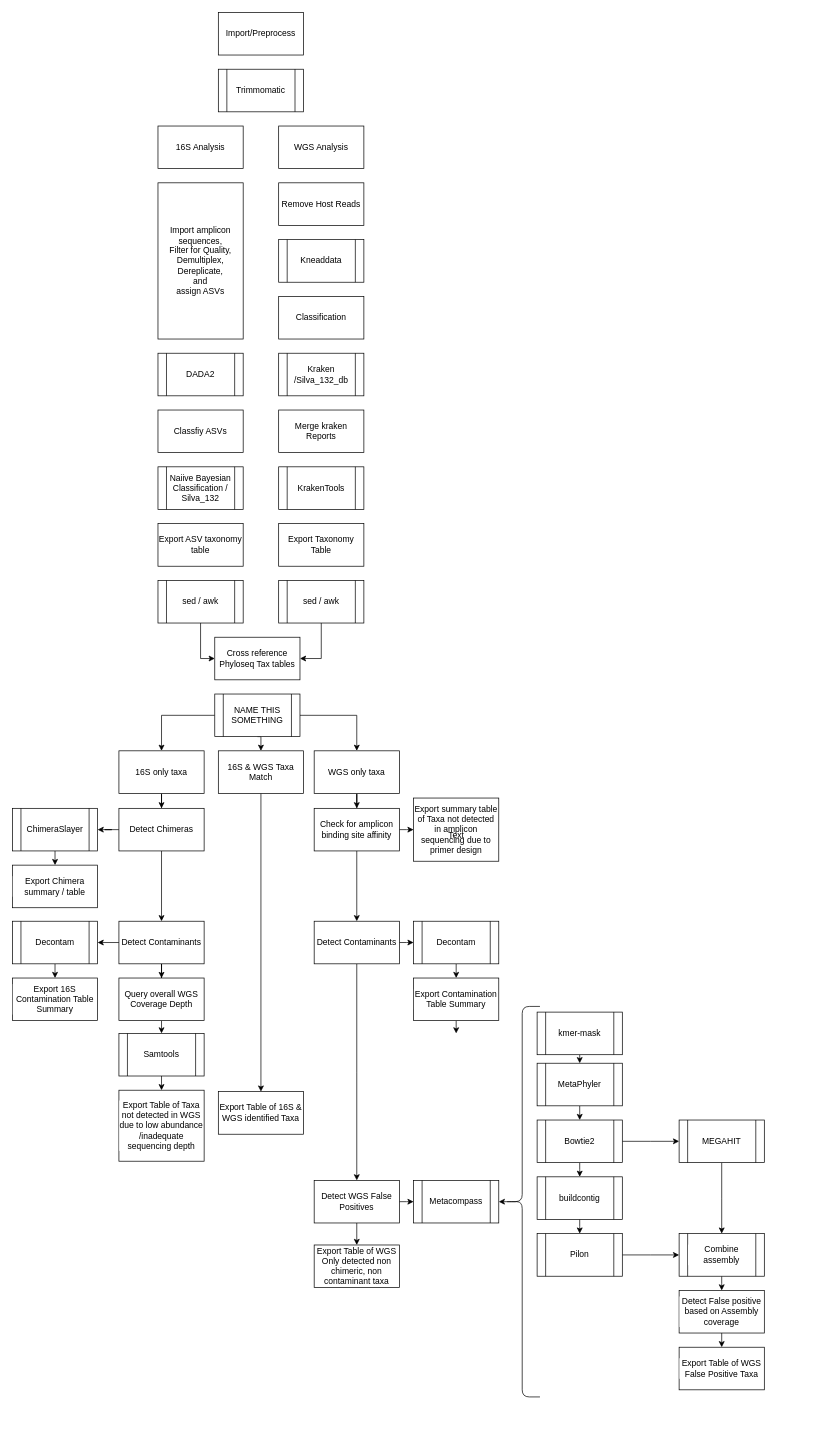
This is hybrid_microbiome_workflow.drawio from MADscientist314/hybrid_metagenomics, a draw.io file, before an edit. Source tidied: cells renumbered, new cells numbered last; positions are measured from the earlier drawing's top-left corner, leaving out a move shared by most shapes. Both pictures are drawn from the tidied source at 71%, with x=0, y=0 at pixel (12, 12).
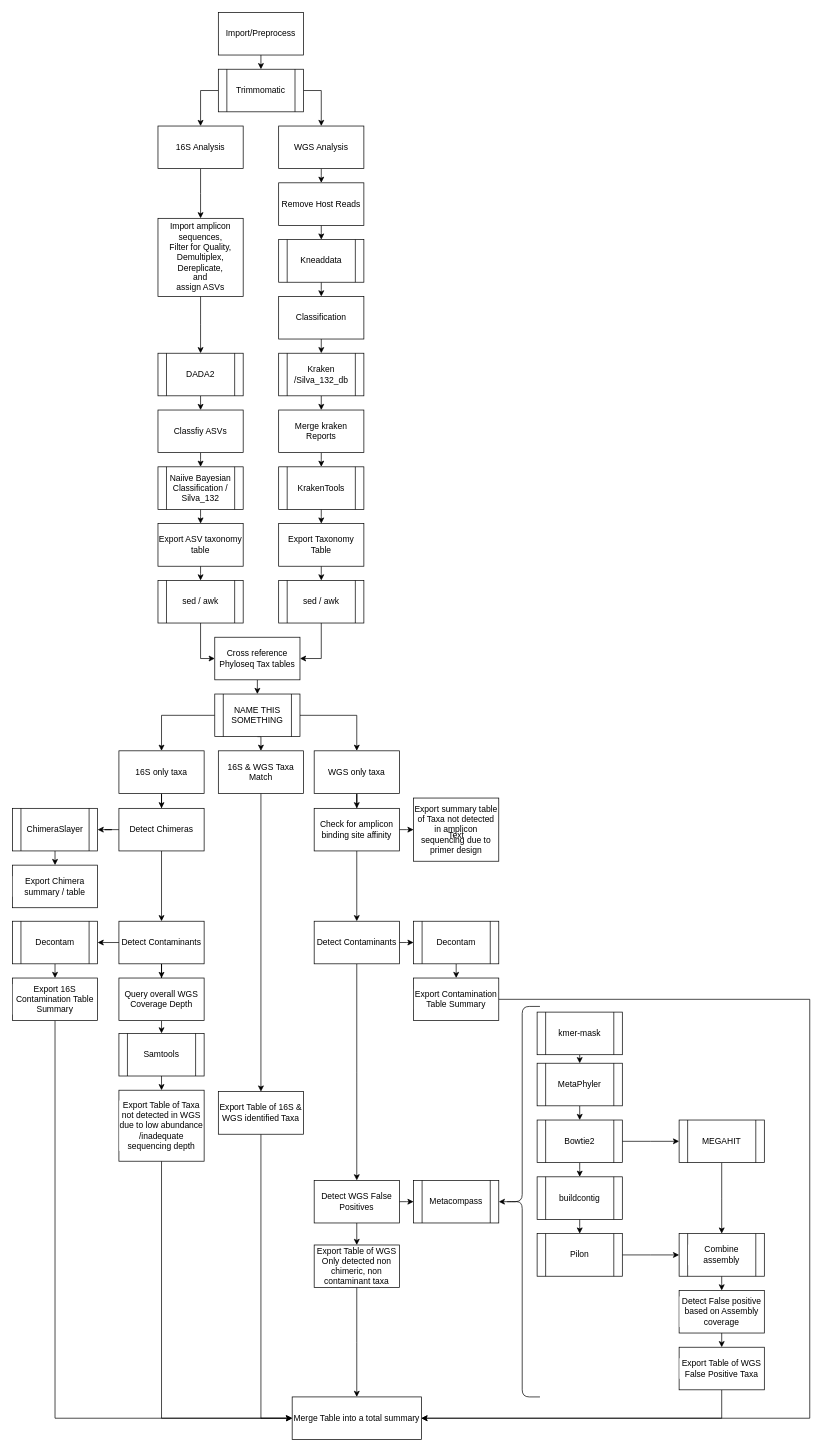
The same page after the edit.

The change refers to these unchanged cells:
```xml
<mxCell id="3" value="DADA2" style="shape=process;whiteSpace=wrap;html=1;backgroundOutline=1;" parent="1" vertex="1">
  <mxGeometry x="205" y="480" width="120" height="60" as="geometry" />
</mxCell>
<mxCell id="4" value="Classfiy ASVs" style="rounded=0;whiteSpace=wrap;html=1;" parent="1" vertex="1">
  <mxGeometry x="205" y="560" width="120" height="60" as="geometry" />
</mxCell>
<mxCell id="5" value="Naiive Bayesian Classification / Silva_132" style="shape=process;whiteSpace=wrap;html=1;backgroundOutline=1;" parent="1" vertex="1">
  <mxGeometry x="205" y="640" width="120" height="60" as="geometry" />
</mxCell>
<mxCell id="6" value="Export ASV taxonomy table" style="rounded=0;whiteSpace=wrap;html=1;" parent="1" vertex="1">
  <mxGeometry x="205" y="720" width="120" height="60" as="geometry" />
</mxCell>
<mxCell id="8" value="sed / awk" style="shape=process;whiteSpace=wrap;html=1;backgroundOutline=1;" parent="1" vertex="1">
  <mxGeometry x="205" y="800" width="120" height="60" as="geometry" />
</mxCell>
<mxCell id="9" value="16S Analysis" style="rounded=0;whiteSpace=wrap;html=1;" parent="1" vertex="1">
  <mxGeometry x="205" y="160" width="120" height="60" as="geometry" />
</mxCell>
<mxCell id="10" value="Import/Preprocess" style="rounded=0;whiteSpace=wrap;html=1;" parent="1" vertex="1">
  <mxGeometry x="290" width="120" height="60" as="geometry" />
</mxCell>
<mxCell id="11" value="Trimmomatic" style="shape=process;whiteSpace=wrap;html=1;backgroundOutline=1;" parent="1" vertex="1">
  <mxGeometry x="290" y="80" width="120" height="60" as="geometry" />
</mxCell>
<mxCell id="12" value="Remove Host Reads" style="rounded=0;whiteSpace=wrap;html=1;" parent="1" vertex="1">
  <mxGeometry x="375" y="240" width="120" height="60" as="geometry" />
</mxCell>
<mxCell id="13" value="Kneaddata" style="shape=process;whiteSpace=wrap;html=1;backgroundOutline=1;" parent="1" vertex="1">
  <mxGeometry x="375" y="320" width="120" height="60" as="geometry" />
</mxCell>
<mxCell id="14" value="Classification" style="rounded=0;whiteSpace=wrap;html=1;" parent="1" vertex="1">
  <mxGeometry x="375" y="400" width="120" height="60" as="geometry" />
</mxCell>
<mxCell id="15" value="Kraken /Silva_132_db" style="shape=process;whiteSpace=wrap;html=1;backgroundOutline=1;" parent="1" vertex="1">
  <mxGeometry x="375" y="480" width="120" height="60" as="geometry" />
</mxCell>
<mxCell id="16" value="Merge kraken Reports" style="rounded=0;whiteSpace=wrap;html=1;" parent="1" vertex="1">
  <mxGeometry x="375" y="560" width="120" height="60" as="geometry" />
</mxCell>
<mxCell id="17" value="KrakenTools" style="shape=process;whiteSpace=wrap;html=1;backgroundOutline=1;" parent="1" vertex="1">
  <mxGeometry x="375" y="640" width="120" height="60" as="geometry" />
</mxCell>
<mxCell id="18" value="WGS Analysis" style="rounded=0;whiteSpace=wrap;html=1;" parent="1" vertex="1">
  <mxGeometry x="375" y="160" width="120" height="60" as="geometry" />
</mxCell>
<mxCell id="19" value="Export Taxonomy Table" style="rounded=0;whiteSpace=wrap;html=1;" parent="1" vertex="1">
  <mxGeometry x="375" y="720" width="120" height="60" as="geometry" />
</mxCell>
<mxCell id="21" value="sed / awk" style="shape=process;whiteSpace=wrap;html=1;backgroundOutline=1;" parent="1" vertex="1">
  <mxGeometry x="375" y="800" width="120" height="60" as="geometry" />
</mxCell>
<mxCell id="22" value="Cross reference Phyloseq Tax tables" style="rounded=0;whiteSpace=wrap;html=1;" parent="1" vertex="1">
  <mxGeometry x="285" y="880" width="120" height="60" as="geometry" />
</mxCell>
<mxCell id="26" value="NAME THIS SOMETHING" style="shape=process;whiteSpace=wrap;html=1;backgroundOutline=1;" parent="1" vertex="1">
  <mxGeometry x="285" y="960" width="120" height="60" as="geometry" />
</mxCell>
<mxCell id="39" value="Export Table of 16S &amp;amp; WGS identified Taxa" style="rounded=0;whiteSpace=wrap;html=1;" parent="1" vertex="1">
  <mxGeometry x="290" y="1520" width="120" height="60" as="geometry" />
</mxCell>
<mxCell id="52" value="Export Table of WGS Only detected non chimeric, non contaminant taxa" style="rounded=0;whiteSpace=wrap;html=1;" parent="1" vertex="1">
  <mxGeometry x="425" y="1736" width="120" height="60" as="geometry" />
</mxCell>
<mxCell id="58" value="Export 16S Contamination Table Summary" style="rounded=0;whiteSpace=wrap;html=1;labelBackgroundColor=#ffffff;" parent="1" vertex="1">
  <mxGeometry y="1360" width="120" height="60" as="geometry" />
</mxCell>
<mxCell id="61" value="Export Table of Taxa not detected in WGS due to low abundance /inadequate sequencing depth" style="rounded=0;whiteSpace=wrap;html=1;labelBackgroundColor=#ffffff;" parent="1" vertex="1">
  <mxGeometry x="150" y="1518" width="120" height="100" as="geometry" />
</mxCell>
<mxCell id="65" value="Export Contamination Table Summary" style="rounded=0;whiteSpace=wrap;html=1;labelBackgroundColor=#ffffff;" parent="1" vertex="1">
  <mxGeometry x="565" y="1360" width="120" height="60" as="geometry" />
</mxCell>
<mxCell id="87" value="Export Table of WGS False Positive Taxa" style="rounded=0;whiteSpace=wrap;html=1;labelBackgroundColor=#ffffff;" parent="1" vertex="1">
  <mxGeometry x="939" y="1880" width="120" height="60" as="geometry" />
</mxCell>
```

The edit, as a diff of the source:
```diff
@@
+    <mxCell id="88" style="edgeStyle=elbowEdgeStyle;rounded=0;jettySize=auto;html=1;exitX=0.5;exitY=1;exitDx=0;exitDy=0;entryX=0.5;entryY=0;entryDx=0;entryDy=0;" parent="1" edge="1" source="2" target="3">
+      <mxGeometry relative="1" as="geometry" />
+    </mxCell>
     <mxCell id="2" value="Import amplicon sequences, &lt;br&gt;Filter for Quality, Demultiplex, Dereplicate, &lt;br&gt;and &lt;br&gt;assign ASVs" style="rounded=0;whiteSpace=wrap;html=1;" parent="1" vertex="1">
-      <mxGeometry x="205" y="240" width="120" height="220" as="geometry" />
+      <mxGeometry x="205" y="290" width="120" height="110" as="geometry" />
     </mxCell>
+    <mxCell id="89" style="edgeStyle=elbowEdgeStyle;rounded=0;jettySize=auto;html=1;exitX=0.5;exitY=1;exitDx=0;exitDy=0;" parent="1" edge="1" source="3" target="4">
+      <mxGeometry relative="1" as="geometry" />
+    </mxCell>
@@
+    <mxCell id="90" style="edgeStyle=elbowEdgeStyle;rounded=0;jettySize=auto;html=1;exitX=0.5;exitY=1;exitDx=0;exitDy=0;" parent="1" edge="1" source="4" target="5">
+      <mxGeometry relative="1" as="geometry" />
+    </mxCell>
@@
+    <mxCell id="91" style="edgeStyle=elbowEdgeStyle;rounded=0;jettySize=auto;html=1;exitX=0.5;exitY=1;exitDx=0;exitDy=0;entryX=0.5;entryY=0;entryDx=0;entryDy=0;" parent="1" edge="1" source="5" target="6">
+      <mxGeometry relative="1" as="geometry" />
+    </mxCell>
@@
+    <mxCell id="92" style="edgeStyle=elbowEdgeStyle;rounded=0;jettySize=auto;html=1;exitX=0.5;exitY=1;exitDx=0;exitDy=0;entryX=0.5;entryY=0;entryDx=0;entryDy=0;" parent="1" edge="1" source="6" target="8">
+      <mxGeometry relative="1" as="geometry" />
+    </mxCell>
@@
+    <mxCell id="93" style="edgeStyle=elbowEdgeStyle;rounded=0;jettySize=auto;html=1;exitX=0.5;exitY=1;exitDx=0;exitDy=0;entryX=0.5;entryY=0;entryDx=0;entryDy=0;" parent="1" edge="1" source="9" target="2">
+      <mxGeometry relative="1" as="geometry" />
+    </mxCell>
@@
+    <mxCell id="94" style="edgeStyle=elbowEdgeStyle;rounded=0;jettySize=auto;html=1;exitX=0.5;exitY=1;exitDx=0;exitDy=0;entryX=0.5;entryY=0;entryDx=0;entryDy=0;" parent="1" edge="1" source="10" target="11">
+      <mxGeometry relative="1" as="geometry" />
+    </mxCell>
@@
+    <mxCell id="95" style="edgeStyle=elbowEdgeStyle;rounded=0;jettySize=auto;html=1;exitX=0;exitY=0.5;exitDx=0;exitDy=0;entryX=0.5;entryY=0;entryDx=0;entryDy=0;" parent="1" edge="1" source="11" target="9">
+      <mxGeometry relative="1" as="geometry">
+        <Array as="points">
+          <mxPoint x="265" y="130" />
+        </Array>
+      </mxGeometry>
+    </mxCell>
+    <mxCell id="96" style="edgeStyle=elbowEdgeStyle;rounded=0;jettySize=auto;html=1;exitX=1;exitY=0.5;exitDx=0;exitDy=0;entryX=0.5;entryY=0;entryDx=0;entryDy=0;" parent="1" edge="1" source="11" target="18">
+      <mxGeometry relative="1" as="geometry">
+        <Array as="points">
+          <mxPoint x="435" y="140" />
+        </Array>
+      </mxGeometry>
+    </mxCell>
@@
+    <mxCell id="97" style="edgeStyle=elbowEdgeStyle;rounded=0;jettySize=auto;html=1;exitX=0.5;exitY=1;exitDx=0;exitDy=0;entryX=0.5;entryY=0;entryDx=0;entryDy=0;" parent="1" edge="1" source="12" target="13">
+      <mxGeometry relative="1" as="geometry" />
+    </mxCell>
@@
+    <mxCell id="98" style="edgeStyle=elbowEdgeStyle;rounded=0;jettySize=auto;html=1;exitX=0.5;exitY=1;exitDx=0;exitDy=0;" parent="1" edge="1" source="13" target="14">
+      <mxGeometry relative="1" as="geometry" />
+    </mxCell>
@@
+    <mxCell id="99" style="edgeStyle=elbowEdgeStyle;rounded=0;jettySize=auto;html=1;exitX=0.5;exitY=1;exitDx=0;exitDy=0;" parent="1" edge="1" source="14" target="15">
+      <mxGeometry relative="1" as="geometry" />
+    </mxCell>
@@
+    <mxCell id="100" style="edgeStyle=elbowEdgeStyle;rounded=0;jettySize=auto;html=1;exitX=0.5;exitY=1;exitDx=0;exitDy=0;" parent="1" edge="1" source="15" target="16">
+      <mxGeometry relative="1" as="geometry" />
+    </mxCell>
@@
+    <mxCell id="101" style="edgeStyle=elbowEdgeStyle;rounded=0;jettySize=auto;html=1;exitX=0.5;exitY=1;exitDx=0;exitDy=0;entryX=0.5;entryY=0;entryDx=0;entryDy=0;" parent="1" edge="1" source="16" target="17">
+      <mxGeometry relative="1" as="geometry" />
+    </mxCell>
@@
+    <mxCell id="102" style="edgeStyle=elbowEdgeStyle;rounded=0;jettySize=auto;html=1;exitX=0.5;exitY=1;exitDx=0;exitDy=0;entryX=0.5;entryY=0;entryDx=0;entryDy=0;" parent="1" edge="1" source="17" target="19">
+      <mxGeometry relative="1" as="geometry" />
+    </mxCell>
@@
+    <mxCell id="103" style="edgeStyle=elbowEdgeStyle;rounded=0;jettySize=auto;html=1;exitX=0.5;exitY=1;exitDx=0;exitDy=0;entryX=0.5;entryY=0;entryDx=0;entryDy=0;" parent="1" edge="1" source="18" target="12">
+      <mxGeometry relative="1" as="geometry" />
+    </mxCell>
@@
+    <mxCell id="104" style="edgeStyle=elbowEdgeStyle;rounded=0;jettySize=auto;html=1;exitX=0.5;exitY=1;exitDx=0;exitDy=0;entryX=0.5;entryY=0;entryDx=0;entryDy=0;" parent="1" edge="1" source="19" target="21">
+      <mxGeometry relative="1" as="geometry" />
+    </mxCell>
@@
+    <mxCell id="105" style="edgeStyle=elbowEdgeStyle;rounded=0;jettySize=auto;html=1;exitX=0.5;exitY=1;exitDx=0;exitDy=0;entryX=0.5;entryY=0;entryDx=0;entryDy=0;" parent="1" edge="1" source="22" target="26">
+      <mxGeometry relative="1" as="geometry" />
+    </mxCell>
@@
+    <mxCell id="106" style="edgeStyle=elbowEdgeStyle;rounded=0;jettySize=auto;html=1;exitX=0.5;exitY=1;exitDx=0;exitDy=0;entryX=0;entryY=0.5;entryDx=0;entryDy=0;" parent="1" edge="1" source="39" target="112">
+      <mxGeometry relative="1" as="geometry">
+        <Array as="points">
+          <mxPoint x="350" y="1890" />
+        </Array>
+      </mxGeometry>
+    </mxCell>
@@
+    <mxCell id="107" style="edgeStyle=elbowEdgeStyle;rounded=0;jettySize=auto;html=1;exitX=0.5;exitY=1;exitDx=0;exitDy=0;" parent="1" edge="1" source="52" target="112">
+      <mxGeometry relative="1" as="geometry" />
+    </mxCell>
@@
+    <mxCell id="108" style="edgeStyle=elbowEdgeStyle;rounded=0;jettySize=auto;html=1;exitX=0.5;exitY=1;exitDx=0;exitDy=0;entryX=0;entryY=0.5;entryDx=0;entryDy=0;" parent="1" edge="1" source="58" target="112">
+      <mxGeometry relative="1" as="geometry">
+        <Array as="points">
+          <mxPoint x="60" y="1690" />
+        </Array>
+      </mxGeometry>
+    </mxCell>
@@
+    <mxCell id="109" style="edgeStyle=elbowEdgeStyle;rounded=0;jettySize=auto;html=1;exitX=0.5;exitY=1;exitDx=0;exitDy=0;entryX=0;entryY=0.5;entryDx=0;entryDy=0;" parent="1" edge="1" source="61" target="112">
+      <mxGeometry relative="1" as="geometry">
+        <Array as="points">
+          <mxPoint x="210" y="1810" />
+        </Array>
+      </mxGeometry>
+    </mxCell>
@@
-    <mxCell id="64" style="edgeStyle=elbowEdgeStyle;rounded=0;jettySize=auto;html=1;exitX=0.5;exitY=1;exitDx=0;exitDy=0;entryX=0.5;entryY=0;entryDx=0;entryDy=0;" parent="1" edge="1" source="65">
-      <mxGeometry relative="1" as="geometry">
-        <mxPoint x="625" y="1438" as="targetPoint" />
-      </mxGeometry>
-    </mxCell>
+    <mxCell id="110" style="edgeStyle=elbowEdgeStyle;rounded=0;jettySize=auto;html=1;exitX=1;exitY=0.5;exitDx=0;exitDy=0;entryX=1;entryY=0.5;entryDx=0;entryDy=0;" parent="1" edge="1" source="65" target="112">
+      <mxGeometry relative="1" as="geometry">
+        <Array as="points">
+          <mxPoint x="1123" y="1740" />
+        </Array>
+      </mxGeometry>
+    </mxCell>
@@
+    <mxCell id="111" style="edgeStyle=elbowEdgeStyle;rounded=0;jettySize=auto;html=1;exitX=0.5;exitY=1;exitDx=0;exitDy=0;entryX=1;entryY=0.5;entryDx=0;entryDy=0;" parent="1" edge="1" source="87" target="112">
+      <mxGeometry relative="1" as="geometry">
+        <Array as="points">
+          <mxPoint x="999" y="1950" />
+        </Array>
+      </mxGeometry>
+    </mxCell>
@@
+    <mxCell id="112" value="Merge Table into a total summary" style="rounded=0;whiteSpace=wrap;html=1;labelBackgroundColor=#ffffff;" parent="1" vertex="1">
+      <mxGeometry x="394" y="1950" width="182" height="60" as="geometry" />
+    </mxCell>
```
